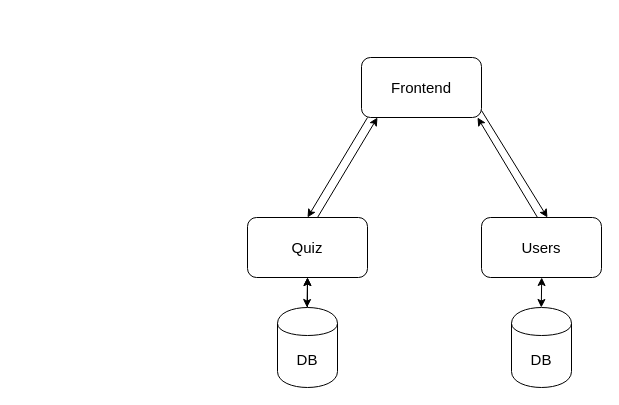
The draw.io diagram ase_architecture.drawio in org-uzh-ase/org.uzh.ase.quiz, before the edit. Source tidied: cells renumbered, new cells numbered last; positions are measured from the earlier drawing's top-left corner, leaving out a move shared by most shapes. Both pictures are drawn from the tidied source at 100%, with x=0, y=0 at pixel (247, 57).
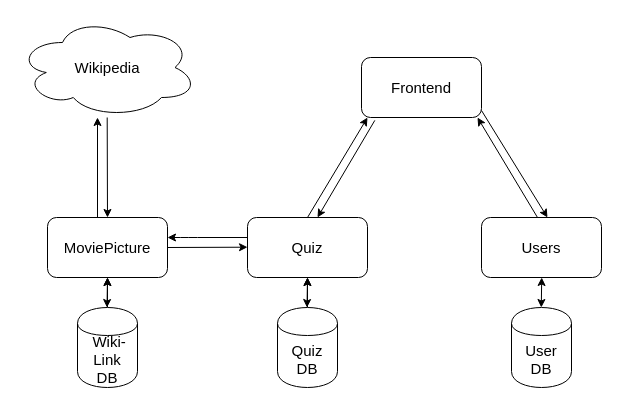
Above is the later version.

Commit message:
added wikipedia call

Unchanged cells that the change refers to:
```xml
<mxCell id="2" value="Frontend" style="rounded=1;whiteSpace=wrap;html=1;fontSize=15;" parent="1" vertex="1">
  <mxGeometry x="114" width="120" height="60" as="geometry" />
</mxCell>
<mxCell id="3" value="Quiz" style="rounded=1;whiteSpace=wrap;html=1;fontSize=15;" parent="1" vertex="1">
  <mxGeometry y="160" width="120" height="60" as="geometry" />
</mxCell>
```

Diff of the diagram source:
```diff
@@
-    <mxCell id="5" value="DB" style="shape=cylinder;whiteSpace=wrap;html=1;boundedLbl=1;backgroundOutline=1;fontSize=15;" parent="1" vertex="1">
+    <mxCell id="5" value="Quiz &lt;br&gt;DB" style="shape=cylinder;whiteSpace=wrap;html=1;boundedLbl=1;backgroundOutline=1;fontSize=15;" parent="1" vertex="1">
       <mxGeometry x="30" y="250" width="60" height="80" as="geometry" />
     </mxCell>
@@
-    <mxCell id="7" value="DB" style="shape=cylinder;whiteSpace=wrap;html=1;boundedLbl=1;backgroundOutline=1;fontSize=15;" parent="1" vertex="1">
+    <mxCell id="7" value="User&lt;br&gt;DB" style="shape=cylinder;whiteSpace=wrap;html=1;boundedLbl=1;backgroundOutline=1;fontSize=15;" parent="1" vertex="1">
       <mxGeometry x="264" y="250" width="60" height="80" as="geometry" />
     </mxCell>
-    <mxCell id="8" style="endArrow=classic;html=1;entryX=0.5;entryY=0;entryDx=0;entryDy=0;fontSize=15;" parent="1" edge="1">
+    <mxCell id="8" style="endArrow=classic;html=1;fontSize=15;" parent="1" edge="1">
       <mxGeometry relative="1" as="geometry">
-        <mxPoint x="120" y="60" as="sourcePoint" />
-        <mxPoint x="60" y="160" as="targetPoint" />
+        <mxPoint y="180" as="sourcePoint" />
+        <mxPoint x="-80" y="180" as="targetPoint" />
+        <Array as="points">
+          <mxPoint x="-60" y="180" />
+        </Array>
       </mxGeometry>
     </mxCell>
     <mxCell id="9" style="endArrow=classic;html=1;entryX=0.5;entryY=0;entryDx=0;entryDy=0;fontSize=15;" parent="1" edge="1">
       <mxGeometry relative="1" as="geometry">
-        <mxPoint x="70" y="160" as="sourcePoint" />
-        <mxPoint x="130" y="60" as="targetPoint" />
+        <mxPoint x="-80" y="190" as="sourcePoint" />
+        <mxPoint y="189.7" as="targetPoint" />
       </mxGeometry>
     </mxCell>
@@
+    <mxCell id="14" value="MoviePicture" style="rounded=1;whiteSpace=wrap;html=1;fontSize=15;" parent="1" vertex="1">
+      <mxGeometry x="-200" y="160" width="120" height="60" as="geometry" />
+    </mxCell>
+    <mxCell id="15" style="edgeStyle=orthogonalEdgeStyle;rounded=0;jettySize=auto;html=1;fontSize=15;" parent="1" edge="1" source="16" target="14">
+      <mxGeometry relative="1" as="geometry" />
+    </mxCell>
+    <mxCell id="16" value="&amp;nbsp;Wiki-Link&lt;br&gt;DB" style="shape=cylinder;whiteSpace=wrap;html=1;boundedLbl=1;backgroundOutline=1;fontSize=15;" parent="1" vertex="1">
+      <mxGeometry x="-170" y="250" width="60" height="80" as="geometry" />
+    </mxCell>
+    <mxCell id="17" style="endArrow=classic;startArrow=classic;html=1;fontSize=15;" parent="1" edge="1">
+      <mxGeometry relative="1" as="geometry">
+        <mxPoint x="-140.5" y="250" as="sourcePoint" />
+        <mxPoint x="-140" y="220" as="targetPoint" />
+      </mxGeometry>
+    </mxCell>
+    <mxCell id="18" style="endArrow=classic;html=1;fontSize=15;exitX=0.5;exitY=0;exitDx=0;exitDy=0;" parent="1" edge="1" source="3">
+      <mxGeometry relative="1" as="geometry">
+        <mxPoint x="120" y="60" as="targetPoint" />
+      </mxGeometry>
+    </mxCell>
+    <mxCell id="19" style="endArrow=classic;html=1;fontSize=15;exitX=0.111;exitY=1.048;exitDx=0;exitDy=0;exitPerimeter=0;" parent="1" edge="1" source="2">
+      <mxGeometry relative="1" as="geometry">
+        <mxPoint x="70" y="160" as="targetPoint" />
+      </mxGeometry>
+    </mxCell>
+    <mxCell id="20" style="endArrow=classic;html=1;fontSize=15;" parent="1" edge="1">
+      <mxGeometry relative="1" as="geometry">
+        <mxPoint x="-150" y="160" as="sourcePoint" />
+        <mxPoint x="-150" y="60" as="targetPoint" />
+      </mxGeometry>
+    </mxCell>
+    <mxCell id="21" style="endArrow=classic;html=1;fontSize=15;entryX=0.5;entryY=0;entryDx=0;entryDy=0;" parent="1" edge="1" target="14">
+      <mxGeometry relative="1" as="geometry">
+        <mxPoint x="-140.3" y="60" as="sourcePoint" />
+      </mxGeometry>
+    </mxCell>
+    <mxCell id="22" value="Wikipedia" style="ellipse;shape=cloud;whiteSpace=wrap;html=1;fontSize=15;" parent="1" vertex="1">
+      <mxGeometry x="-230" y="-40" width="180" height="100" as="geometry" />
+    </mxCell>
```
